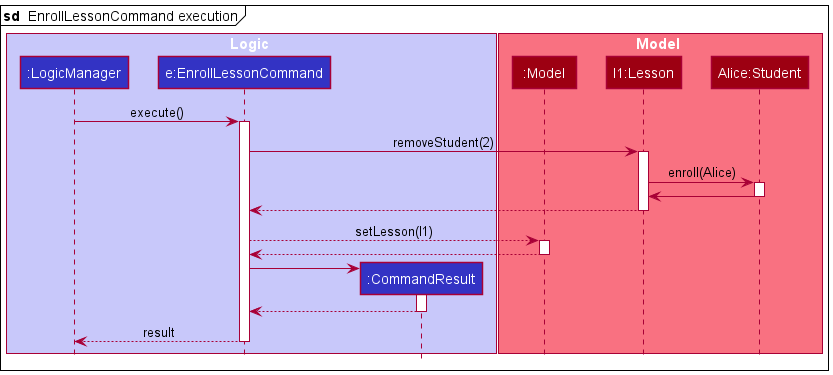
The PlantUML diagram docs/images/DeveloperGuideImage/EnrollLessonSequenceDiagram1.png in nus-cs2103-AY2122S1/tp, before a commit. Its diagram source:
```plantuml
@startuml
!include style.puml

box Logic LOGIC_COLOR_T1
participant ":LogicManager" as LogicManager LOGIC_COLOR
participant "e:EnrollLessonCommand" as EnrollLessonCommand LOGIC_COLOR
participant ":CommandResult" as CommandResult LOGIC_COLOR
end box

box Model MODEL_COLOR_T1
participant ":Model" as Model MODEL_COLOR
participant "l1:Lesson" as Lesson MODEL_COLOR
participant "Alice:Student" as Student MODEL_COLOR
end box

mainframe **sd**  EnrollLessonCommand execution

LogicManager -> EnrollLessonCommand : execute()
activate EnrollLessonCommand

EnrollLessonCommand -> Lesson : removeStudent(2)
activate Lesson

Lesson -> Student : enroll(Alice)
activate Student

Student -> Lesson
deactivate Student

Lesson --> EnrollLessonCommand
deactivate Lesson

EnrollLessonCommand --> Model : setLesson(l1)
activate Model

Model --> EnrollLessonCommand
deactivate Model

create CommandResult
EnrollLessonCommand -> CommandResult
activate CommandResult

CommandResult --> EnrollLessonCommand
deactivate CommandResult

EnrollLessonCommand --> LogicManager : result
deactivate EnrollLessonCommand


@enduml
```
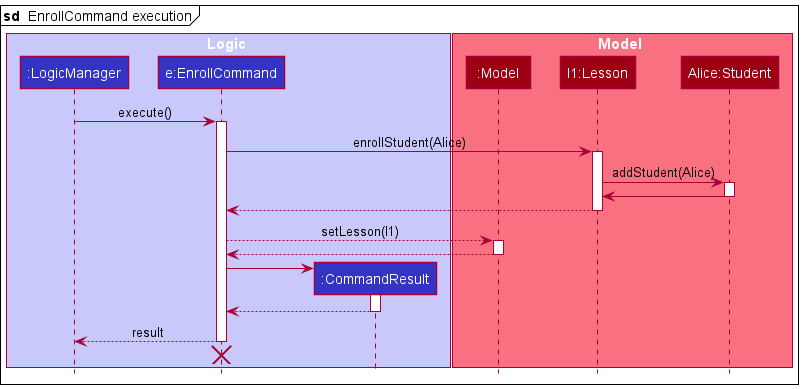
The same diagram one commit later.

Change to the diagram source:
```diff
@@ -3,7 +3,7 @@
 
 box Logic LOGIC_COLOR_T1
 participant ":LogicManager" as LogicManager LOGIC_COLOR
-participant "e:EnrollLessonCommand" as EnrollLessonCommand LOGIC_COLOR
+participant "e:EnrollCommand" as EnrollCommand LOGIC_COLOR
 participant ":CommandResult" as CommandResult LOGIC_COLOR
 end box
 
@@ -13,38 +13,39 @@
 participant "Alice:Student" as Student MODEL_COLOR
 end box
 
-mainframe **sd**  EnrollLessonCommand execution
+mainframe **sd**  EnrollCommand execution
 
-LogicManager -> EnrollLessonCommand : execute()
-activate EnrollLessonCommand
+LogicManager -> EnrollCommand : execute()
+activate EnrollCommand
 
-EnrollLessonCommand -> Lesson : removeStudent(2)
+EnrollCommand -> Lesson : enrollStudent(Alice)
 activate Lesson
 
-Lesson -> Student : enroll(Alice)
+Lesson -> Student : addStudent(Alice)
 activate Student
 
 Student -> Lesson
 deactivate Student
 
-Lesson --> EnrollLessonCommand
+Lesson --> EnrollCommand
 deactivate Lesson
 
-EnrollLessonCommand --> Model : setLesson(l1)
+EnrollCommand --> Model : setLesson(l1)
 activate Model
 
-Model --> EnrollLessonCommand
+Model --> EnrollCommand
 deactivate Model
 
 create CommandResult
-EnrollLessonCommand -> CommandResult
+EnrollCommand -> CommandResult
 activate CommandResult
 
-CommandResult --> EnrollLessonCommand
+CommandResult --> EnrollCommand
 deactivate CommandResult
 
-EnrollLessonCommand --> LogicManager : result
-deactivate EnrollLessonCommand
+EnrollCommand --> LogicManager : result
+deactivate EnrollCommand
 
-
+EnrollCommand -[hidden]-> LogicManager
+destroy EnrollCommand
 @enduml
```
